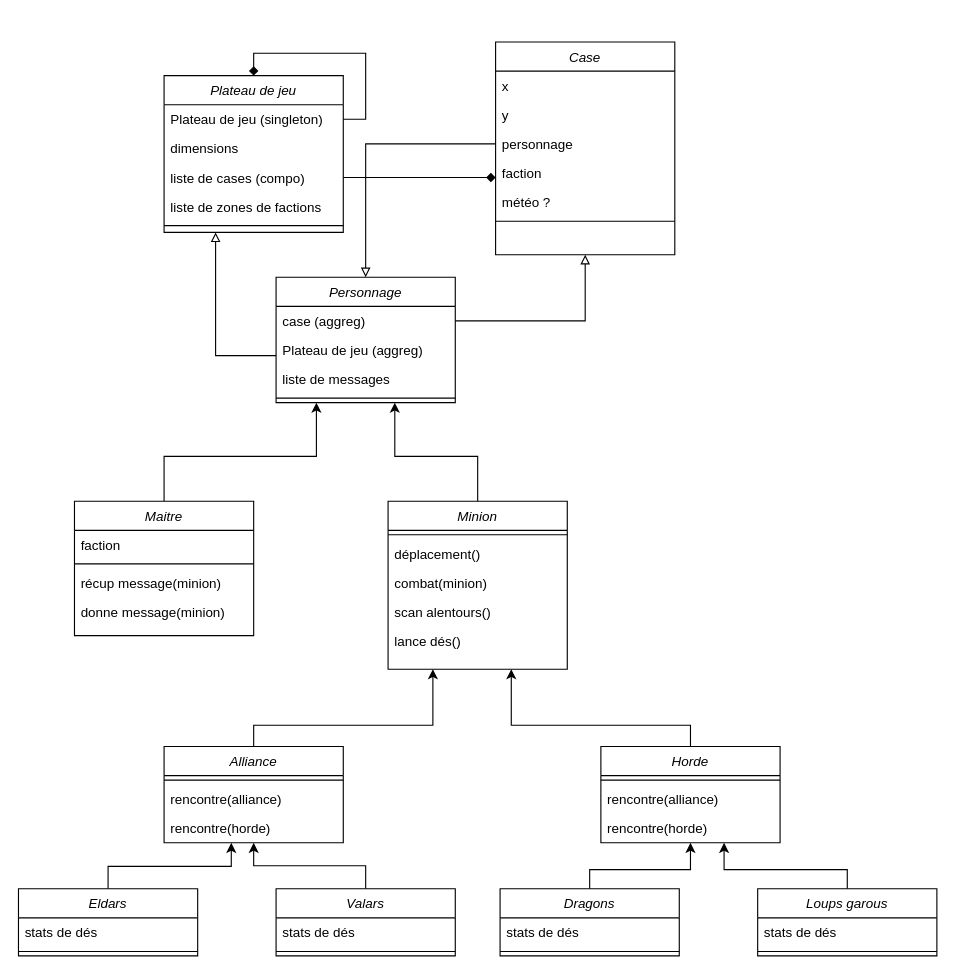
This is schemes/UML.drawio from Xisabla/Illuvatar, a draw.io file, before an edit. Source tidied: cells renumbered, new cells numbered last; positions are measured from the earlier drawing's top-left corner, leaving out a move shared by most shapes. Both pictures are drawn from the tidied source at 112%, with x=0, y=0 at pixel (18, 41).
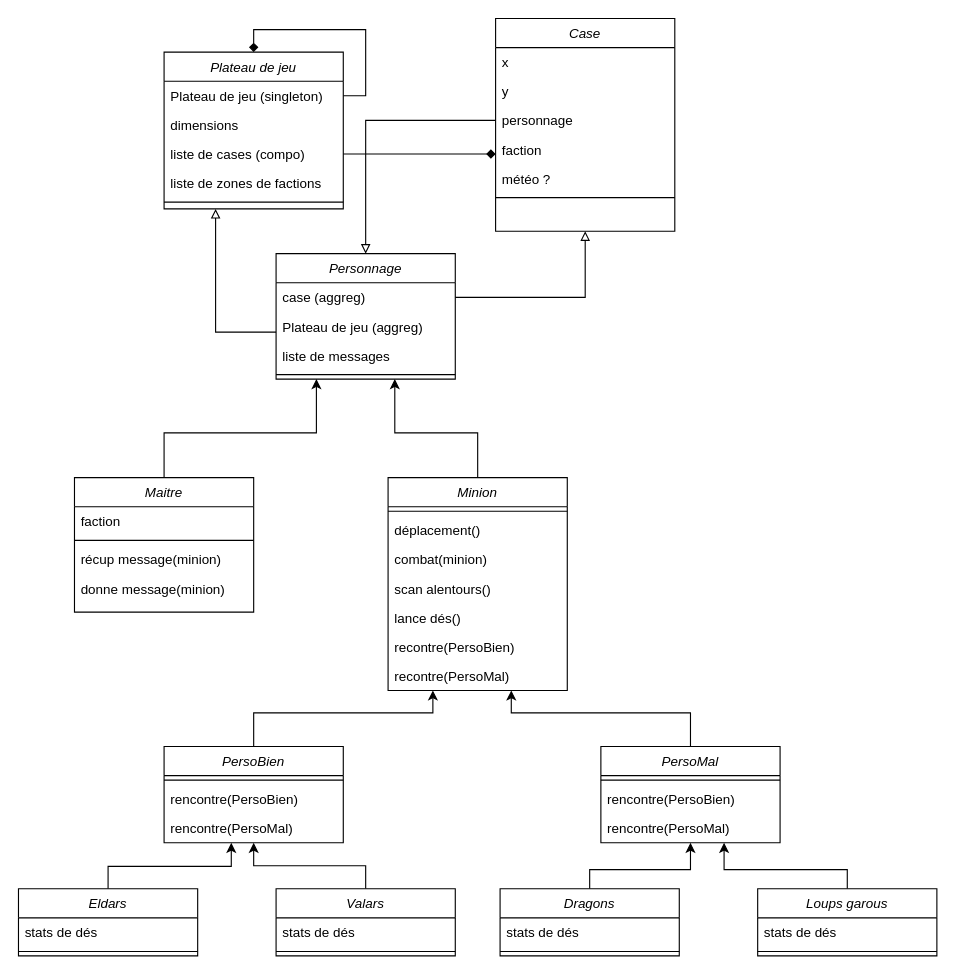
After the change.

Commit message (it also covers changes not shown here):
update schemes with discussions

The change refers to these unchanged cells:
```xml
<mxCell id="45" value="liste de cases (compo)" style="text;align=left;verticalAlign=top;spacingLeft=4;spacingRight=4;overflow=hidden;points=[[0,0.5],[1,0.5]];portConstraint=eastwest;rounded=0;shadow=0;html=0;" parent="41" vertex="1">
  <mxGeometry y="78" width="160" height="26" as="geometry" />
</mxCell>
<mxCell id="58" value="Plateau de jeu (aggreg)" style="text;align=left;verticalAlign=top;spacingLeft=4;spacingRight=4;overflow=hidden;points=[[0,0.5],[1,0.5]];portConstraint=eastwest;rounded=0;shadow=0;html=0;" parent="56" vertex="1">
  <mxGeometry y="52" width="160" height="26" as="geometry" />
</mxCell>
```

Diff of the diagram source:
```diff
@@
     <mxCell id="2" style="edgeStyle=orthogonalEdgeStyle;rounded=0;jettySize=auto;html=1;endArrow=classic;endFill=1;" parent="1" edge="1" source="3" target="56">
       <mxGeometry relative="1" as="geometry">
         <Array as="points">
-          <mxPoint x="130" y="370" />
-          <mxPoint x="266" y="370" />
+          <mxPoint x="130" y="349" />
+          <mxPoint x="266" y="349" />
         </Array>
       </mxGeometry>
     </mxCell>
     <mxCell id="3" value="Maitre" style="swimlane;fontStyle=2;align=center;verticalAlign=top;horizontal=1;startSize=26;rounded=0;shadow=0;strokeWidth=1;" parent="1" vertex="1">
-      <mxGeometry x="50" y="410" width="160" height="120" as="geometry" />
+      <mxGeometry x="50" y="389" width="160" height="120" as="geometry" />
     </mxCell>
@@
     <mxCell id="8" style="edgeStyle=orthogonalEdgeStyle;rounded=0;jettySize=auto;html=1;endArrow=classic;endFill=1;" parent="1" edge="1" source="9" target="56">
       <mxGeometry relative="1" as="geometry">
         <Array as="points">
-          <mxPoint x="410" y="370" />
-          <mxPoint x="336" y="370" />
+          <mxPoint x="410" y="349" />
+          <mxPoint x="336" y="349" />
         </Array>
       </mxGeometry>
     </mxCell>
     <mxCell id="9" value="Minion" style="swimlane;fontStyle=2;align=center;verticalAlign=top;horizontal=1;startSize=26;rounded=0;shadow=0;strokeWidth=1;" parent="1" vertex="1">
-      <mxGeometry x="330" y="410" width="160" height="150" as="geometry" />
+      <mxGeometry x="330" y="389" width="160" height="190" as="geometry" />
     </mxCell>
@@
+    <mxCell id="64" value="recontre(PersoBien)" style="text;align=left;verticalAlign=top;spacingLeft=4;spacingRight=4;overflow=hidden;" parent="9" vertex="1">
+      <mxGeometry y="138" width="160" height="26" as="geometry" />
+    </mxCell>
+    <mxCell id="65" value="recontre(PersoMal)" style="text;align=left;verticalAlign=top;spacingLeft=4;spacingRight=4;overflow=hidden;" parent="9" vertex="1">
+      <mxGeometry y="164" width="160" height="26" as="geometry" />
+    </mxCell>
     <mxCell id="15" style="edgeStyle=orthogonalEdgeStyle;rounded=0;jettySize=auto;html=1;" parent="1" edge="1" source="16" target="9">
       <mxGeometry relative="1" as="geometry">
         <Array as="points">
-          <mxPoint x="210" y="610" />
-          <mxPoint x="370" y="610" />
+          <mxPoint x="210" y="599" />
+          <mxPoint x="370" y="599" />
         </Array>
       </mxGeometry>
     </mxCell>
-    <mxCell id="16" value="Alliance" style="swimlane;fontStyle=2;align=center;verticalAlign=top;horizontal=1;startSize=26;rounded=0;shadow=0;strokeWidth=1;" parent="1" vertex="1">
+    <mxCell id="16" value="PersoBien" style="swimlane;fontStyle=2;align=center;verticalAlign=top;horizontal=1;startSize=26;rounded=0;shadow=0;strokeWidth=1;" parent="1" vertex="1">
       <mxGeometry x="130" y="629" width="160" height="86" as="geometry" />
     </mxCell>
@@
-    <mxCell id="18" value="rencontre(alliance)" style="text;align=left;verticalAlign=top;spacingLeft=4;spacingRight=4;overflow=hidden;" parent="16" vertex="1">
+    <mxCell id="18" value="rencontre(PersoBien)" style="text;align=left;verticalAlign=top;spacingLeft=4;spacingRight=4;overflow=hidden;" parent="16" vertex="1">
       <mxGeometry y="34" width="160" height="26" as="geometry" />
     </mxCell>
-    <mxCell id="19" value="rencontre(horde)" style="text;align=left;verticalAlign=top;spacingLeft=4;spacingRight=4;overflow=hidden;" parent="16" vertex="1">
+    <mxCell id="19" value="rencontre(PersoMal)" style="text;align=left;verticalAlign=top;spacingLeft=4;spacingRight=4;overflow=hidden;" parent="16" vertex="1">
       <mxGeometry y="60" width="160" height="26" as="geometry" />
     </mxCell>
     <mxCell id="20" style="edgeStyle=orthogonalEdgeStyle;rounded=0;jettySize=auto;html=1;" parent="1" edge="1" source="21" target="9">
       <mxGeometry relative="1" as="geometry">
         <Array as="points">
-          <mxPoint x="600" y="610" />
-          <mxPoint x="440" y="610" />
+          <mxPoint x="600" y="599" />
+          <mxPoint x="440" y="599" />
         </Array>
       </mxGeometry>
     </mxCell>
-    <mxCell id="21" value="Horde" style="swimlane;fontStyle=2;align=center;verticalAlign=top;horizontal=1;startSize=26;rounded=0;shadow=0;strokeWidth=1;" parent="1" vertex="1">
+    <mxCell id="21" value="PersoMal" style="swimlane;fontStyle=2;align=center;verticalAlign=top;horizontal=1;startSize=26;rounded=0;shadow=0;strokeWidth=1;" parent="1" vertex="1">
       <mxGeometry x="520" y="629" width="160" height="86" as="geometry" />
     </mxCell>
@@
-    <mxCell id="23" value="rencontre(alliance)" style="text;align=left;verticalAlign=top;spacingLeft=4;spacingRight=4;overflow=hidden;" parent="21" vertex="1">
+    <mxCell id="23" value="rencontre(PersoBien)" style="text;align=left;verticalAlign=top;spacingLeft=4;spacingRight=4;overflow=hidden;" parent="21" vertex="1">
       <mxGeometry y="34" width="160" height="26" as="geometry" />
     </mxCell>
-    <mxCell id="24" value="rencontre(horde)" style="text;align=left;verticalAlign=top;spacingLeft=4;spacingRight=4;overflow=hidden;" parent="21" vertex="1">
+    <mxCell id="24" value="rencontre(PersoMal)" style="text;align=left;verticalAlign=top;spacingLeft=4;spacingRight=4;overflow=hidden;" parent="21" vertex="1">
       <mxGeometry y="60" width="160" height="26" as="geometry" />
     </mxCell>
@@
     <mxCell id="41" value="Plateau de jeu" style="swimlane;fontStyle=2;align=center;verticalAlign=top;horizontal=1;startSize=26;rounded=0;shadow=0;strokeWidth=1;" parent="1" vertex="1">
-      <mxGeometry x="130" y="30" width="160" height="140" as="geometry" />
+      <mxGeometry x="130" y="9" width="160" height="140" as="geometry" />
     </mxCell>
@@
     <mxCell id="48" style="edgeStyle=orthogonalEdgeStyle;rounded=0;jettySize=auto;html=1;endArrow=block;endFill=0;" parent="1" edge="1" source="58" target="41">
       <mxGeometry relative="1" as="geometry">
         <Array as="points">
-          <mxPoint x="176" y="280" />
+          <mxPoint x="176" y="259" />
         </Array>
       </mxGeometry>
     </mxCell>
     <mxCell id="49" value="Case" style="swimlane;fontStyle=2;align=center;verticalAlign=top;horizontal=1;startSize=26;rounded=0;shadow=0;strokeWidth=1;" parent="1" vertex="1">
-      <mxGeometry x="426" width="160" height="190" as="geometry" />
+      <mxGeometry x="426" y="-21" width="160" height="190" as="geometry" />
     </mxCell>
@@
     <mxCell id="56" value="Personnage" style="swimlane;fontStyle=2;align=center;verticalAlign=top;horizontal=1;startSize=26;rounded=0;shadow=0;strokeWidth=1;" parent="1" vertex="1">
-      <mxGeometry x="230" y="210" width="160" height="112" as="geometry" />
+      <mxGeometry x="230" y="189" width="160" height="112" as="geometry" />
     </mxCell>
@@
     <mxCell id="62" style="edgeStyle=orthogonalEdgeStyle;rounded=0;jettySize=auto;html=1;endArrow=diamond;endFill=1;" parent="1" edge="1" source="45" target="49">
       <mxGeometry relative="1" as="geometry">
         <Array as="points">
-          <mxPoint x="496" y="121" />
-          <mxPoint x="496" y="121" />
+          <mxPoint x="496" y="100" />
+          <mxPoint x="496" y="100" />
         </Array>
       </mxGeometry>
     </mxCell>
```
